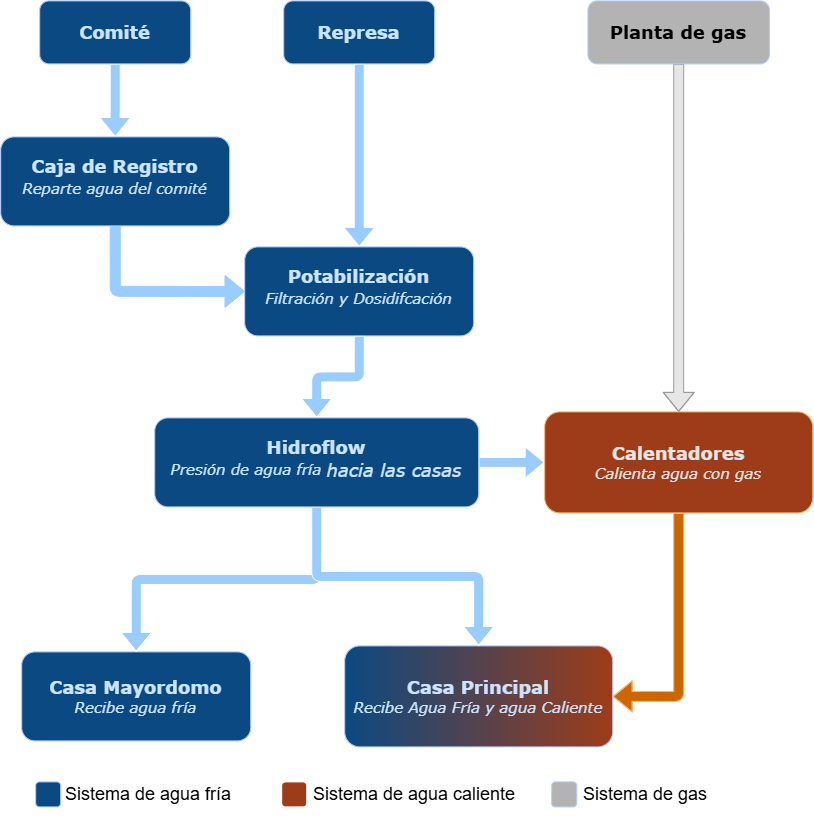
The draw.io diagram public/assets/diagrama.png in Stivenavs/sausalito-mauals, before a commit. Source tidied: cells renumbered, new cells last; positions are measured from the earlier drawing's top-left corner, leaving out a move shared by most shapes.
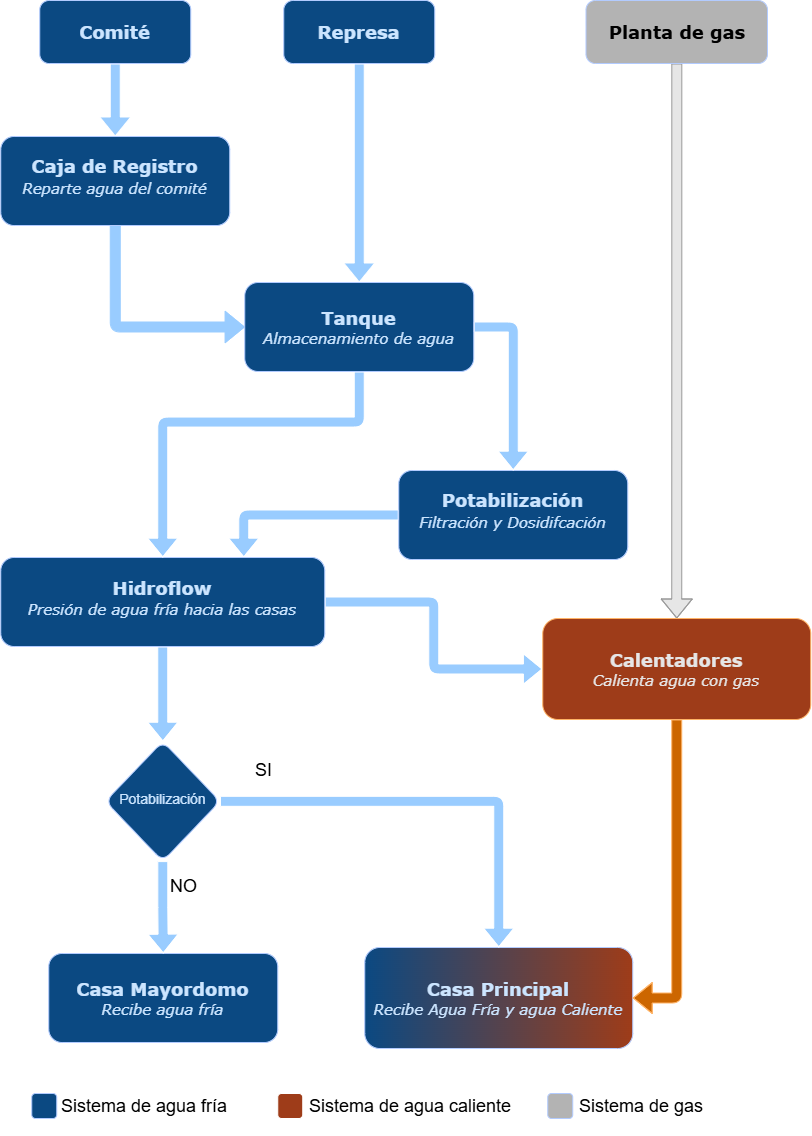
The same file after the commit.

Commit message:
fix(ajustes): se atualiza el diagrama de red, planta electrica y planta de hidroflow

Diff of the diagram source:
```diff
@@ -8,7 +8,7 @@
     <mxCell id="3" value="&lt;p&gt;&lt;font style=&quot;font-size: 18px;&quot; face=&quot;Verdana&quot;&gt;&lt;b style=&quot;&quot;&gt;Comité&lt;/b&gt;&lt;/font&gt;&lt;/p&gt;" style="rounded=1;whiteSpace=wrap;html=1;fillColor=light-dark(#0C457C,#0B4982);strokeColor=#001DBC;fontColor=light-dark(#000000,#CCE5FF);align=center;" parent="1" vertex="1">
       <mxGeometry x="39" width="151" height="63" as="geometry" />
     </mxCell>
-    <mxCell id="4" style="edgeStyle=orthogonalEdgeStyle;rounded=1;jettySize=auto;html=1;strokeWidth=1;shape=flexArrow;curved=0;fillColor=light-dark(transparent,#99CCFF);entryX=0.5;entryY=0;entryDx=0;entryDy=0;" parent="1" edge="1" source="5" target="10">
+    <mxCell id="4" style="edgeStyle=orthogonalEdgeStyle;rounded=1;jettySize=auto;html=1;strokeWidth=1;shape=flexArrow;curved=0;fillColor=light-dark(transparent,#99CCFF);entryX=0.5;entryY=0;entryDx=0;entryDy=0;exitX=0.5;exitY=1;exitDx=0;exitDy=0;" parent="1" edge="1" source="5" target="30">
       <mxGeometry relative="1" as="geometry" />
     </mxCell>
     <mxCell id="5" value="&lt;p&gt;&lt;font style=&quot;font-size: 18px;&quot; face=&quot;Verdana&quot;&gt;&lt;b style=&quot;&quot;&gt;Represa&lt;/b&gt;&lt;/font&gt;&lt;/p&gt;" style="rounded=1;whiteSpace=wrap;html=1;fillColor=light-dark(#0C457C,#0B4982);strokeColor=#001DBC;fontColor=light-dark(#000000,#CCE5FF);align=center;" parent="1" vertex="1">
@@ -17,65 +17,95 @@
     <mxCell id="6" style="edgeStyle=orthogonalEdgeStyle;rounded=0;jettySize=auto;html=1;exitX=0.5;exitY=1;exitDx=0;exitDy=0;entryX=0;entryY=0.5;entryDx=0;entryDy=0;" parent="1" edge="1" source="8" target="10">
       <mxGeometry relative="1" as="geometry" />
     </mxCell>
-    <mxCell id="7" style="edgeStyle=orthogonalEdgeStyle;rounded=1;jettySize=auto;html=1;entryX=0;entryY=0.5;entryDx=0;entryDy=0;exitX=0.5;exitY=1;exitDx=0;exitDy=0;strokeColor=light-dark(#000000,#99CCFF);shape=flexArrow;curved=0;fillColor=light-dark(transparent,#99CCFF);" parent="1" edge="1" source="8" target="10">
+    <mxCell id="7" style="edgeStyle=orthogonalEdgeStyle;rounded=1;jettySize=auto;html=1;entryX=0;entryY=0.5;entryDx=0;entryDy=0;exitX=0.5;exitY=1;exitDx=0;exitDy=0;strokeColor=light-dark(#000000,#99CCFF);shape=flexArrow;curved=0;fillColor=light-dark(transparent,#99CCFF);" parent="1" edge="1" source="8" target="30">
       <mxGeometry relative="1" as="geometry" />
     </mxCell>
     <mxCell id="8" value="&lt;p&gt;&lt;font style=&quot;font-size: 18px;&quot;&gt;&lt;font style=&quot;&quot; face=&quot;Verdana&quot;&gt;&lt;b style=&quot;&quot;&gt;Caja de Registro&lt;br&gt;&lt;/b&gt;&lt;/font&gt;&lt;font style=&quot;&quot; face=&quot;Verdana&quot;&gt;&lt;sup&gt;&lt;i&gt;Reparte agua del comité&lt;/i&gt;&lt;/sup&gt;&lt;/font&gt;&lt;/font&gt;&lt;/p&gt;" style="rounded=1;whiteSpace=wrap;html=1;fillColor=light-dark(#0C457C,#0B4982);strokeColor=#001DBC;fontColor=light-dark(#000000,#CCE5FF);align=center;" parent="1" vertex="1">
       <mxGeometry y="136" width="229" height="89" as="geometry" />
     </mxCell>
-    <mxCell id="9" style="edgeStyle=orthogonalEdgeStyle;rounded=1;jettySize=auto;html=1;entryX=0.5;entryY=0;entryDx=0;entryDy=0;shape=flexArrow;fillColor=light-dark(transparent,#99CCFF);curved=0;" parent="1" edge="1" source="10" target="16">
+    <mxCell id="9" style="edgeStyle=orthogonalEdgeStyle;rounded=1;jettySize=auto;html=1;entryX=0.75;entryY=0;entryDx=0;entryDy=0;shape=flexArrow;fillColor=light-dark(transparent,#99CCFF);curved=0;" parent="1" edge="1" source="10" target="16">
       <mxGeometry relative="1" as="geometry" />
     </mxCell>
     <mxCell id="10" value="&lt;p&gt;&lt;font style=&quot;font-size: 18px;&quot;&gt;&lt;font style=&quot;&quot; face=&quot;Verdana&quot;&gt;&lt;b style=&quot;&quot;&gt;Potabilización&lt;br&gt;&lt;/b&gt;&lt;/font&gt;&lt;font style=&quot;&quot; face=&quot;Verdana&quot;&gt;&lt;sup&gt;&lt;i&gt;Filtración y Dosidifcación&lt;/i&gt;&lt;/sup&gt;&lt;/font&gt;&lt;/font&gt;&lt;/p&gt;" style="rounded=1;whiteSpace=wrap;html=1;fillColor=light-dark(#0C457C,#0B4982);strokeColor=#001DBC;fontColor=light-dark(#000000,#CCE5FF);align=center;" parent="1" vertex="1">
-      <mxGeometry x="244" y="246" width="229" height="89" as="geometry" />
+      <mxGeometry x="398" y="470" width="229" height="89" as="geometry" />
     </mxCell>
     <mxCell id="11" value="&lt;p&gt;&lt;font style=&quot;&quot;&gt;&lt;font style=&quot;font-size: 18px;&quot; face=&quot;Verdana&quot;&gt;&lt;b style=&quot;&quot;&gt;Casa Mayordomo&lt;br&gt;&lt;/b&gt;&lt;/font&gt;&lt;font face=&quot;Verdana&quot;&gt;&lt;span style=&quot;font-size: 15px;&quot;&gt;&lt;i&gt;Recibe agua fría&lt;/i&gt;&lt;/span&gt;&lt;/font&gt;&lt;/font&gt;&lt;/p&gt;" style="rounded=1;whiteSpace=wrap;html=1;fillColor=light-dark(#0C457C,#0B4982);strokeColor=#001DBC;fontColor=light-dark(#000000,#CCE5FF);align=center;" parent="1" vertex="1">
-      <mxGeometry x="21" y="651" width="229" height="89" as="geometry" />
+      <mxGeometry x="48" y="953" width="229" height="89" as="geometry" />
     </mxCell>
     <mxCell id="12" value="&lt;p&gt;&lt;font style=&quot;&quot;&gt;&lt;font style=&quot;font-size: 18px;&quot; face=&quot;Verdana&quot;&gt;&lt;b style=&quot;&quot;&gt;Casa Principal&lt;br&gt;&lt;/b&gt;&lt;/font&gt;&lt;font face=&quot;Verdana&quot;&gt;&lt;span style=&quot;font-size: 15px;&quot;&gt;&lt;i&gt;Recibe Agua Fría y agua Caliente&lt;/i&gt;&lt;/span&gt;&lt;/font&gt;&lt;/font&gt;&lt;/p&gt;" style="rounded=1;whiteSpace=wrap;html=1;fillColor=light-dark(#0C457C,#0B4982);strokeColor=#001DBC;fontColor=light-dark(#000000,#CCE5FF);align=center;gradientColor=light-dark(#FFFFFF,#9E3C19);gradientDirection=east;" parent="1" vertex="1">
-      <mxGeometry x="344" y="645" width="268" height="101" as="geometry" />
+      <mxGeometry x="364" y="947" width="268" height="101" as="geometry" />
     </mxCell>
-    <mxCell id="13" style="edgeStyle=orthogonalEdgeStyle;shape=flexArrow;curved=0;rounded=1;jettySize=auto;html=1;entryX=0.5;entryY=0;entryDx=0;entryDy=0;strokeColor=default;align=center;verticalAlign=middle;fontFamily=Helvetica;fontSize=11;fontColor=default;labelBackgroundColor=default;endArrow=classic;fillColor=light-dark(transparent,#99CCFF);" parent="1" edge="1" source="16" target="11">
-      <mxGeometry relative="1" as="geometry" />
-    </mxCell>
-    <mxCell id="14" style="edgeStyle=orthogonalEdgeStyle;shape=flexArrow;curved=0;rounded=1;jettySize=auto;html=1;entryX=0.5;entryY=0;entryDx=0;entryDy=0;strokeColor=default;align=center;verticalAlign=middle;fontFamily=Helvetica;fontSize=11;fontColor=default;labelBackgroundColor=default;endArrow=classic;fillColor=light-dark(transparent,#99CCFF);exitX=0.5;exitY=1;exitDx=0;exitDy=0;" parent="1" edge="1" source="16" target="12">
-      <mxGeometry relative="1" as="geometry" />
-    </mxCell>
     <mxCell id="15" style="edgeStyle=orthogonalEdgeStyle;shape=flexArrow;curved=0;rounded=1;jettySize=auto;html=1;entryX=0;entryY=0.5;entryDx=0;entryDy=0;strokeColor=default;align=center;verticalAlign=middle;fontFamily=Helvetica;fontSize=11;fontColor=default;labelBackgroundColor=default;endArrow=classic;fillColor=light-dark(transparent,#99CCFF);" parent="1" edge="1" source="16" target="26">
       <mxGeometry relative="1" as="geometry" />
     </mxCell>
+    <mxCell id="27" style="edgeStyle=orthogonalEdgeStyle;shape=flexArrow;curved=0;rounded=1;jettySize=auto;html=1;strokeColor=default;align=center;verticalAlign=middle;fontFamily=Helvetica;fontSize=11;fontColor=default;labelBackgroundColor=default;endArrow=classic;fillColor=light-dark(transparent,#99CCFF);" parent="1" edge="1" source="16" target="33">
+      <mxGeometry relative="1" as="geometry" />
+    </mxCell>
-    <mxCell id="16" value="&lt;p&gt;&lt;font style=&quot;font-size: 18px;&quot;&gt;&lt;font style=&quot;&quot; face=&quot;Verdana&quot;&gt;&lt;b style=&quot;&quot;&gt;Hidroflow&lt;br&gt;&lt;/b&gt;&lt;/font&gt;&lt;font style=&quot;&quot; face=&quot;Verdana&quot;&gt;&lt;sup&gt;&lt;i&gt;Presión de agua fría&amp;nbsp;&lt;/i&gt;&lt;/sup&gt;&lt;/font&gt;&lt;/font&gt;&lt;i style=&quot;vertical-align: super; font-family: Verdana; font-size: 18px; background-color: transparent; color: light-dark(rgb(0, 0, 0), rgb(204, 229, 255));&quot;&gt;hacia las casas&lt;/i&gt;&lt;/p&gt;" style="rounded=1;whiteSpace=wrap;html=1;fillColor=light-dark(#0C457C,#0B4982);strokeColor=#001DBC;fontColor=light-dark(#000000,#CCE5FF);align=center;" parent="1" vertex="1">
-      <mxGeometry x="154" y="417" width="324" height="89" as="geometry" />
+    <mxCell id="16" value="&lt;p&gt;&lt;font style=&quot;&quot;&gt;&lt;font style=&quot;font-size: 18px;&quot; face=&quot;Verdana&quot;&gt;&lt;b style=&quot;&quot;&gt;Hidroflow&lt;br&gt;&lt;/b&gt;&lt;/font&gt;&lt;font style=&quot;font-size: 18px;&quot; face=&quot;Verdana&quot;&gt;&lt;sup style=&quot;&quot;&gt;&lt;i style=&quot;&quot;&gt;Presión de agua fría hacia las casas&lt;/i&gt;&lt;/sup&gt;&lt;/font&gt;&lt;/font&gt;&lt;/p&gt;" style="rounded=1;whiteSpace=wrap;html=1;fillColor=light-dark(#0C457C,#0B4982);strokeColor=#001DBC;fontColor=light-dark(#000000,#CCE5FF);align=center;" parent="1" vertex="1">
+      <mxGeometry y="557" width="324" height="89" as="geometry" />
     </mxCell>
     <mxCell id="17" value="&lt;p style=&quot;margin-top: 0px;&quot;&gt;&lt;font style=&quot;font-size: 18px;&quot;&gt;Sistema de agua fría&lt;/font&gt;&lt;/p&gt;" style="text;html=1;whiteSpace=wrap;strokeColor=none;fillColor=none;align=left;verticalAlign=middle;rounded=0;fontColor=light-dark(#000000,#000000);" parent="1" vertex="1">
-      <mxGeometry x="63" y="776" width="176" height="47" as="geometry" />
+      <mxGeometry x="59" y="1088" width="176" height="47" as="geometry" />
     </mxCell>
     <mxCell id="18" value="&lt;p&gt;&lt;br&gt;&lt;/p&gt;" style="rounded=1;whiteSpace=wrap;html=1;fillColor=light-dark(#0C457C,#0B4982);strokeColor=#001DBC;fontColor=light-dark(#000000,#CCE5FF);align=center;" parent="1" vertex="1">
-      <mxGeometry x="35" y="781" width="25" height="25" as="geometry" />
+      <mxGeometry x="31" y="1093" width="25" height="25" as="geometry" />
     </mxCell>
     <mxCell id="19" value="&lt;p&gt;&lt;br&gt;&lt;/p&gt;" style="rounded=1;whiteSpace=wrap;html=1;align=center;fillColor=light-dark(#FFFFFF,#9E3C19);" parent="1" vertex="1">
-      <mxGeometry x="281" y="781" width="25" height="25" as="geometry" />
+      <mxGeometry x="277" y="1093" width="25" height="25" as="geometry" />
     </mxCell>
     <mxCell id="20" value="&lt;p style=&quot;margin-top: 0px;&quot;&gt;&lt;font style=&quot;font-size: 18px;&quot;&gt;Sistema de agua caliente&lt;/font&gt;&lt;/p&gt;" style="text;html=1;whiteSpace=wrap;strokeColor=none;fillColor=none;align=left;verticalAlign=middle;rounded=0;fontColor=light-dark(#000000,#000000);fontFamily=Helvetica;fontSize=12;fontStyle=0;" parent="1" vertex="1">
-      <mxGeometry x="311" y="776" width="216" height="47" as="geometry" />
+      <mxGeometry x="307" y="1088" width="216" height="47" as="geometry" />
     </mxCell>
     <mxCell id="21" value="&lt;p&gt;&lt;br&gt;&lt;/p&gt;" style="rounded=1;whiteSpace=wrap;html=1;fillColor=light-dark(#0C457C,#B3B3B3);strokeColor=#001DBC;fontColor=light-dark(#000000,#CCE5FF);align=center;" parent="1" vertex="1">
-      <mxGeometry x="551" y="781" width="25" height="25" as="geometry" />
+      <mxGeometry x="547" y="1093" width="25" height="25" as="geometry" />
     </mxCell>
     <mxCell id="22" value="&lt;p style=&quot;margin-top: 0px;&quot;&gt;&lt;font style=&quot;font-size: 18px;&quot;&gt;Sistema de gas&lt;/font&gt;&lt;/p&gt;" style="text;html=1;whiteSpace=wrap;strokeColor=none;fillColor=none;align=left;verticalAlign=middle;rounded=0;fontColor=light-dark(#000000,#000000);fontFamily=Helvetica;fontSize=12;fontStyle=0;" parent="1" vertex="1">
-      <mxGeometry x="581" y="776" width="143" height="47" as="geometry" />
+      <mxGeometry x="577" y="1088" width="143" height="47" as="geometry" />
     </mxCell>
     <mxCell id="23" style="edgeStyle=orthogonalEdgeStyle;shape=flexArrow;curved=0;rounded=1;jettySize=auto;html=1;strokeColor=light-dark(#000000,#999999);align=center;verticalAlign=middle;fontFamily=Helvetica;fontSize=11;fontColor=default;labelBackgroundColor=default;endArrow=classic;fillColor=light-dark(transparent,#E6E6E6);" parent="1" edge="1" source="24" target="26">
       <mxGeometry relative="1" as="geometry" />
     </mxCell>
     <mxCell id="24" value="&lt;p&gt;&lt;font style=&quot;font-size: 18px;&quot; face=&quot;Verdana&quot;&gt;&lt;b style=&quot;color: light-dark(rgb(0, 0, 0), rgb(0, 0, 0));&quot;&gt;Planta de gas&lt;/b&gt;&lt;/font&gt;&lt;/p&gt;" style="rounded=1;whiteSpace=wrap;html=1;fillColor=light-dark(#0C457C,#B3B3B3);strokeColor=#001DBC;fontColor=light-dark(#000000,#CCE5FF);align=center;verticalAlign=middle;fontFamily=Helvetica;fontSize=12;" parent="1" vertex="1">
-      <mxGeometry x="587.2" width="181.5" height="63" as="geometry" />
+      <mxGeometry x="585.2" width="181.5" height="63" as="geometry" />
     </mxCell>
-    <mxCell id="25" style="edgeStyle=orthogonalEdgeStyle;shape=flexArrow;curved=0;rounded=1;jettySize=auto;html=1;entryX=1;entryY=0.5;entryDx=0;entryDy=0;strokeColor=light-dark(#000000,#FFB366);align=center;verticalAlign=middle;fontFamily=Helvetica;fontSize=11;fontColor=default;labelBackgroundColor=default;endArrow=classic;fillColor=light-dark(transparent,#CC6600);" parent="1" edge="1" source="26" target="12">
+    <mxCell id="25" style="edgeStyle=orthogonalEdgeStyle;shape=flexArrow;curved=0;rounded=1;jettySize=auto;html=1;entryX=1;entryY=0.5;entryDx=0;entryDy=0;strokeColor=light-dark(#000000,#FFB366);align=center;verticalAlign=middle;fontFamily=Helvetica;fontSize=11;fontColor=default;labelBackgroundColor=default;endArrow=classic;fillColor=light-dark(transparent,#CC6600);exitX=0.5;exitY=1;exitDx=0;exitDy=0;" parent="1" edge="1" source="26" target="12">
       <mxGeometry relative="1" as="geometry" />
     </mxCell>
     <mxCell id="26" value="&lt;p&gt;&lt;font style=&quot;&quot;&gt;&lt;font style=&quot;font-size: 18px;&quot; face=&quot;Verdana&quot;&gt;&lt;b style=&quot;&quot;&gt;Calentadores&lt;br&gt;&lt;/b&gt;&lt;/font&gt;&lt;font face=&quot;Verdana&quot;&gt;&lt;span style=&quot;font-size: 15px;&quot;&gt;&lt;i&gt;Calienta agua con gas&lt;/i&gt;&lt;/span&gt;&lt;/font&gt;&lt;/font&gt;&lt;/p&gt;" style="rounded=1;html=1;fillColor=light-dark(#FFFFFF,#9E3C19);strokeColor=light-dark(#001DBC,#FFB366);fontColor=light-dark(#FFFFFF,#E6E6E6);align=center;gradientColor=none;gradientDirection=east;whiteSpace=wrap;" parent="1" vertex="1">
-      <mxGeometry x="544" y="411" width="268" height="101" as="geometry" />
+      <mxGeometry x="542" y="618" width="268" height="101" as="geometry" />
     </mxCell>
+    <mxCell id="28" style="edgeStyle=orthogonalEdgeStyle;shape=flexArrow;curved=0;rounded=1;jettySize=auto;html=1;strokeColor=default;align=center;verticalAlign=middle;fontFamily=Helvetica;fontSize=11;fontColor=default;labelBackgroundColor=default;endArrow=classic;fillColor=light-dark(transparent,#99CCFF);exitX=1;exitY=0.5;exitDx=0;exitDy=0;entryX=0.5;entryY=0;entryDx=0;entryDy=0;" parent="1" edge="1" source="30" target="10">
+      <mxGeometry relative="1" as="geometry">
+        <Array as="points">
+          <mxPoint x="512.5" y="326.5" />
+        </Array>
+      </mxGeometry>
+    </mxCell>
+    <mxCell id="29" style="edgeStyle=orthogonalEdgeStyle;shape=flexArrow;curved=0;rounded=1;jettySize=auto;html=1;strokeColor=default;align=center;verticalAlign=middle;fontFamily=Helvetica;fontSize=11;fontColor=default;labelBackgroundColor=default;endArrow=classic;fillColor=light-dark(transparent,#99CCFF);entryX=0.5;entryY=0;entryDx=0;entryDy=0;exitX=0.5;exitY=1;exitDx=0;exitDy=0;" parent="1" edge="1" source="30" target="16">
+      <mxGeometry relative="1" as="geometry">
+        <Array as="points">
+          <mxPoint x="358.6" y="421.6" />
+          <mxPoint x="162" y="421.6" />
+        </Array>
+      </mxGeometry>
+    </mxCell>
+    <mxCell id="30" value="&lt;p&gt;&lt;font style=&quot;&quot;&gt;&lt;font style=&quot;font-size: 18px;&quot; face=&quot;Verdana&quot;&gt;&lt;b style=&quot;&quot;&gt;Tanque&lt;br&gt;&lt;/b&gt;&lt;/font&gt;&lt;font face=&quot;Verdana&quot;&gt;&lt;span style=&quot;font-size: 15px;&quot;&gt;&lt;i&gt;Almacenamiento de agua&lt;/i&gt;&lt;/span&gt;&lt;/font&gt;&lt;/font&gt;&lt;/p&gt;" style="rounded=1;whiteSpace=wrap;html=1;fillColor=light-dark(#0C457C,#0B4982);strokeColor=#001DBC;fontColor=light-dark(#000000,#CCE5FF);align=center;" parent="1" vertex="1">
+      <mxGeometry x="244" y="282" width="229" height="89" as="geometry" />
+    </mxCell>
+    <mxCell id="31" style="edgeStyle=orthogonalEdgeStyle;shape=flexArrow;curved=0;rounded=1;jettySize=auto;html=1;strokeColor=default;align=center;verticalAlign=middle;fontFamily=Helvetica;fontSize=11;fontColor=default;labelBackgroundColor=default;endArrow=classic;fillColor=light-dark(transparent,#99CCFF);" parent="1" edge="1" source="33" target="12">
+      <mxGeometry relative="1" as="geometry" />
+    </mxCell>
+    <mxCell id="32" style="edgeStyle=orthogonalEdgeStyle;shape=flexArrow;curved=0;rounded=1;jettySize=auto;html=1;strokeColor=default;align=center;verticalAlign=middle;fontFamily=Helvetica;fontSize=11;fontColor=default;labelBackgroundColor=default;endArrow=classic;fillColor=light-dark(transparent,#99CCFF);" parent="1" edge="1" source="33" target="11">
+      <mxGeometry relative="1" as="geometry" />
+    </mxCell>
+    <mxCell id="33" value="&lt;font style=&quot;font-size: 14px;&quot;&gt;Potabilización&lt;/font&gt;" style="rhombus;whiteSpace=wrap;html=1;shapeInside=1;fillColor=light-dark(#0C457C,#0B4982);fontColor=light-dark(#000000,#CCE5FF);strokeColor=#001DBC;rounded=1;align=center;verticalAlign=middle;fontFamily=Helvetica;fontSize=12;" parent="1" vertex="1">
+      <mxGeometry x="104.8" y="741" width="114.5" height="119.7" as="geometry" />
+    </mxCell>
+    <mxCell id="34" value="&lt;p style=&quot;margin-top: 0px;&quot;&gt;&lt;span style=&quot;font-size: 18px;&quot;&gt;SI&lt;/span&gt;&lt;/p&gt;" style="text;html=1;whiteSpace=wrap;strokeColor=none;fillColor=none;align=left;verticalAlign=middle;rounded=0;fontColor=light-dark(#000000,#000000);" parent="1" vertex="1">
+      <mxGeometry x="253" y="752" width="30" height="47" as="geometry" />
+    </mxCell>
+    <mxCell id="35" value="&lt;p style=&quot;margin-top: 0px;&quot;&gt;&lt;span style=&quot;font-size: 18px;&quot;&gt;NO&lt;/span&gt;&lt;/p&gt;" style="text;html=1;whiteSpace=wrap;strokeColor=none;fillColor=none;align=left;verticalAlign=middle;rounded=0;fontColor=light-dark(#000000,#000000);" parent="1" vertex="1">
+      <mxGeometry x="168" y="868" width="30" height="47" as="geometry" />
+    </mxCell>
   </root>
 </mxGraphModel>
```
